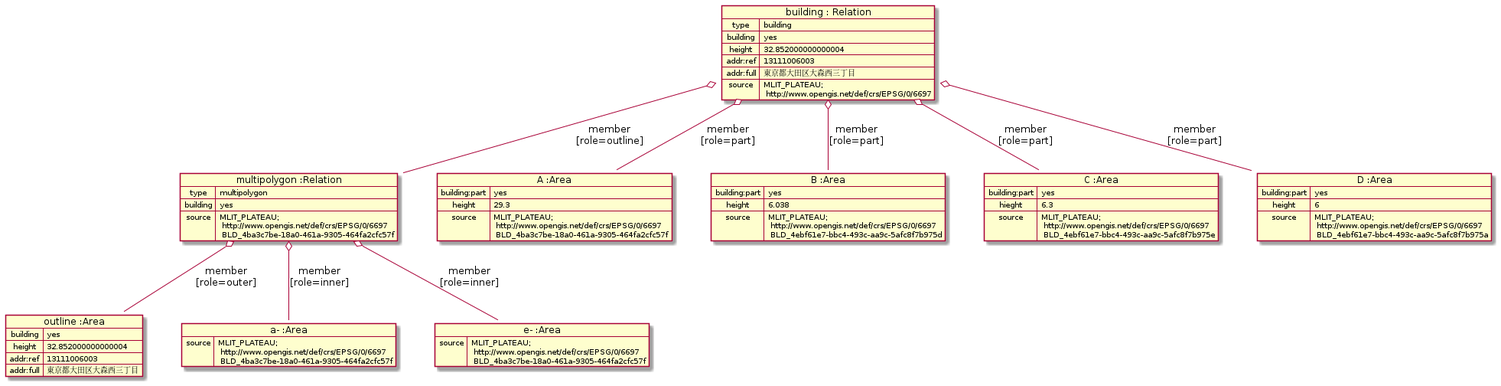
yuuhayashi/citygml-osm keeps this PlantUML diagram as doc/building/building.png. Above is the earlier version.
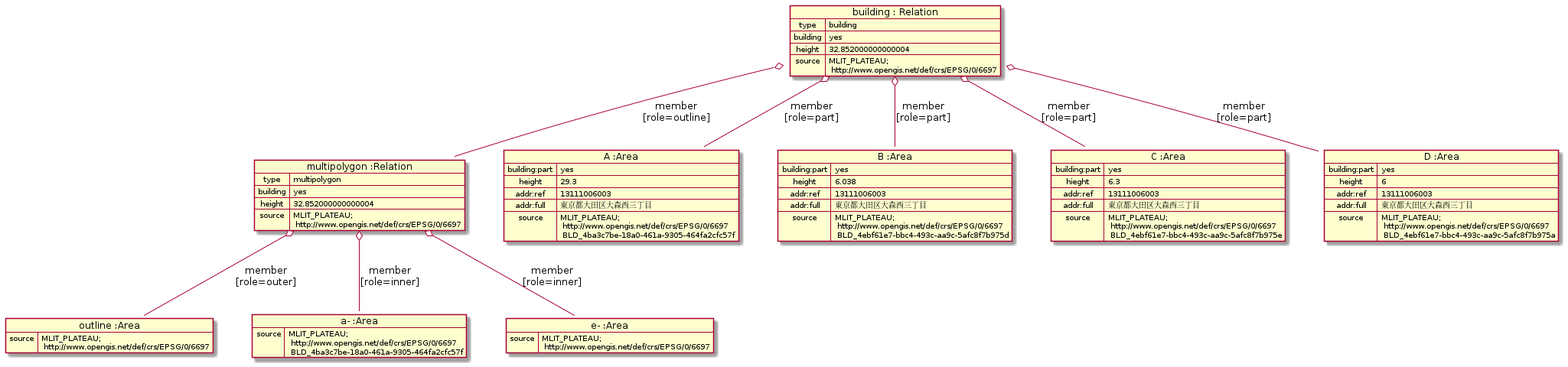
The same diagram one commit later.

Change to the diagram source:
```diff
@@ -3,58 +3,56 @@
  type => building
  building => yes
  height => 32.852000000000004
- addr:ref => 13111006003
- addr:full => 東京都大田区大森西三丁目
  source => MLIT_PLATEAU;\n http://www.opengis.net/def/crs/EPSG/0/6697
 }
 
 map "multipolygon :Relation" as multipolygon {
  type => multipolygon
  building => yes
- source => MLIT_PLATEAU;\n http://www.opengis.net/def/crs/EPSG/0/6697\n BLD_4ba3c7be-18a0-461a-9305-464fa2cfc57f
+ height => 32.852000000000004
+ source => MLIT_PLATEAU;\n http://www.opengis.net/def/crs/EPSG/0/6697
 }
 
 map "outline :Area" as outer {
- building => yes
- height => 32.852000000000004
- addr:ref => 13111006003
- addr:full => 東京都大田区大森西三丁目
+ source => MLIT_PLATEAU;\n http://www.opengis.net/def/crs/EPSG/0/6697
 }
 
 map "a- :Area" as a {
  source => MLIT_PLATEAU;\n http://www.opengis.net/def/crs/EPSG/0/6697\n BLD_4ba3c7be-18a0-461a-9305-464fa2cfc57f
 }
 map "e- :Area" as e {
- source => MLIT_PLATEAU;\n http://www.opengis.net/def/crs/EPSG/0/6697\n BLD_4ba3c7be-18a0-461a-9305-464fa2cfc57f
+ source => MLIT_PLATEAU;\n http://www.opengis.net/def/crs/EPSG/0/6697
 }
 
 map "A :Area" as A {
  building:part => yes
  height => 29.3
+ addr:ref => 13111006003
+ addr:full => 東京都大田区大森西三丁目
  source => MLIT_PLATEAU;\n http://www.opengis.net/def/crs/EPSG/0/6697\n BLD_4ba3c7be-18a0-461a-9305-464fa2cfc57f
 }
 map "B :Area" as B {
  building:part => yes
  height => 6.038
+ addr:ref => 13111006003
+ addr:full => 東京都大田区大森西三丁目
  source => MLIT_PLATEAU;\n http://www.opengis.net/def/crs/EPSG/0/6697\n BLD_4ebf61e7-bbc4-493c-aa9c-5afc8f7b975d
 }
 
 map "C :Area" as C {
  building:part => yes
  hieght => 6.3
+ addr:ref => 13111006003
+ addr:full => 東京都大田区大森西三丁目
  source => MLIT_PLATEAU;\n http://www.opengis.net/def/crs/EPSG/0/6697\n BLD_4ebf61e7-bbc4-493c-aa9c-5afc8f7b975e
 }
 
 map "D :Area" as D {
  building:part => yes
  height => 6
+ addr:ref => 13111006003
+ addr:full => 東京都大田区大森西三丁目
  source => MLIT_PLATEAU;\n http://www.opengis.net/def/crs/EPSG/0/6697\n BLD_4ebf61e7-bbc4-493c-aa9c-5afc8f7b975a
-}
-
-map "building : Relation" as building {
- type => building
- building => yes
-
 }
 
 building o-- multipolygon : member\n[role=outline]
```
